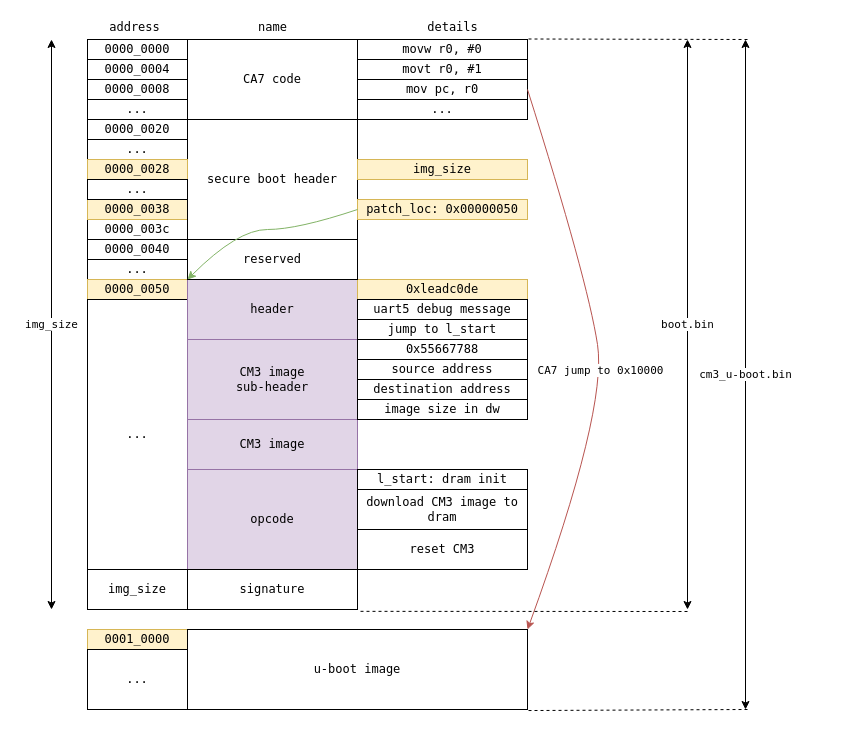
The draw.io diagram doc/ast2605_cm3boot.drawio in AspeedTech-BMC/rom-patcher, before the edit. Source tidied: cells renumbered, new cells numbered last; positions are measured from the earlier drawing's top-left corner, leaving out a move shared by most shapes. Both pictures are drawn from the tidied source at 100%, with x=0, y=0 at pixel (51, 17).
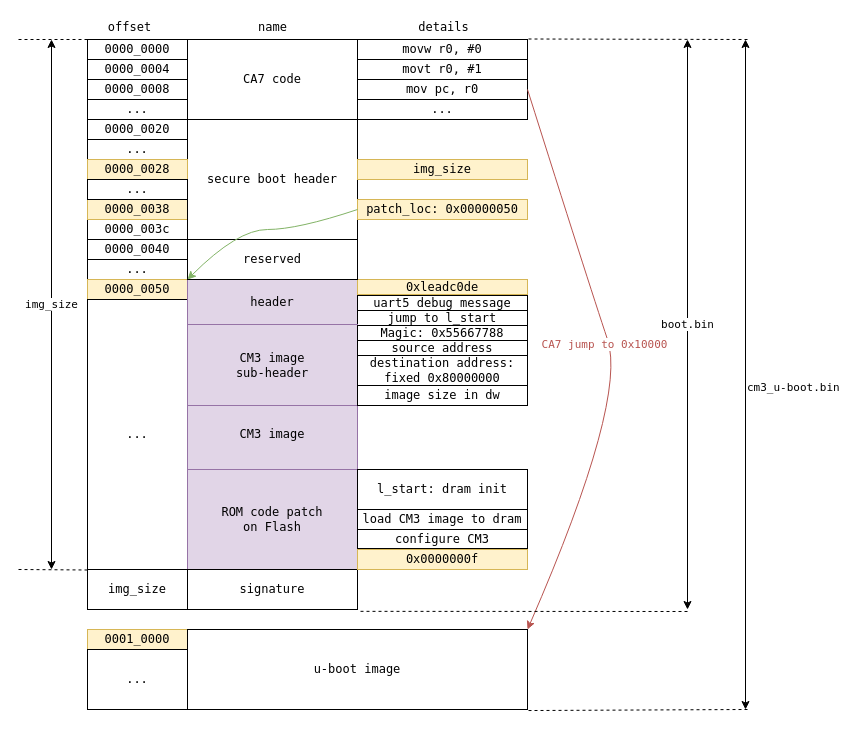
Above is the later version.

Commit message:
update the SPI Flash diagram

Unchanged cells that the change refers to:
```xml
<mxCell id="7" value="mov pc, r0" style="rounded=0;whiteSpace=wrap;html=1;fontFamily=Lucida Console;" parent="1" vertex="1">
  <mxGeometry x="306" y="62" width="170" height="20" as="geometry" />
</mxCell>
<mxCell id="36" value="u-boot image" style="rounded=0;whiteSpace=wrap;html=1;fontFamily=Lucida Console;" parent="1" vertex="1">
  <mxGeometry x="136" y="612" width="340" height="80" as="geometry" />
</mxCell>
```

What changed in the source:
```diff
@@
     <mxCell id="18" value="header" style="rounded=0;whiteSpace=wrap;html=1;fontFamily=Lucida Console;fillColor=#e1d5e7;strokeColor=#9673a6;" parent="1" vertex="1">
-      <mxGeometry x="136" y="262" width="170" height="60" as="geometry" />
+      <mxGeometry x="136" y="262" width="170" height="45" as="geometry" />
     </mxCell>
     <mxCell id="19" value="0xleadc0de" style="rounded=0;whiteSpace=wrap;html=1;fontFamily=Lucida Console;fillColor=#fff2cc;strokeColor=#d6b656;" parent="1" vertex="1">
-      <mxGeometry x="306" y="262" width="170" height="20" as="geometry" />
+      <mxGeometry x="306" y="262" width="170" height="15" as="geometry" />
     </mxCell>
@@
     <mxCell id="23" value="uart5 debug message" style="rounded=0;whiteSpace=wrap;html=1;fontFamily=Lucida Console;" parent="1" vertex="1">
-      <mxGeometry x="306" y="282" width="170" height="20" as="geometry" />
+      <mxGeometry x="306" y="278" width="170" height="15" as="geometry" />
     </mxCell>
     <mxCell id="24" value="jump to l_start" style="rounded=0;whiteSpace=wrap;html=1;fontFamily=Lucida Console;" parent="1" vertex="1">
-      <mxGeometry x="306" y="302" width="170" height="20" as="geometry" />
+      <mxGeometry x="306" y="293" width="170" height="15" as="geometry" />
     </mxCell>
     <mxCell id="25" value="CM3 image" style="rounded=0;whiteSpace=wrap;html=1;fontFamily=Lucida Console;fillColor=#e1d5e7;strokeColor=#9673a6;" parent="1" vertex="1">
-      <mxGeometry x="136" y="402" width="170" height="50" as="geometry" />
+      <mxGeometry x="136" y="382" width="170" height="70" as="geometry" />
     </mxCell>
-    <mxCell id="26" value="opcode" style="rounded=0;whiteSpace=wrap;html=1;fontFamily=Lucida Console;fillColor=#e1d5e7;strokeColor=#9673a6;" parent="1" vertex="1">
+    <mxCell id="26" value="ROM code patch&lt;br&gt;on Flash" style="rounded=0;whiteSpace=wrap;html=1;fontFamily=Lucida Console;fillColor=#e1d5e7;strokeColor=#9673a6;" parent="1" vertex="1">
       <mxGeometry x="136" y="452" width="170" height="100" as="geometry" />
     </mxCell>
     <mxCell id="27" value="l_start: dram init" style="rounded=0;whiteSpace=wrap;html=1;fontFamily=Lucida Console;" parent="1" vertex="1">
-      <mxGeometry x="306" y="452" width="170" height="20" as="geometry" />
+      <mxGeometry x="306" y="452" width="170" height="40" as="geometry" />
     </mxCell>
-    <mxCell id="28" value="download CM3 image to dram" style="rounded=0;whiteSpace=wrap;html=1;fontFamily=Lucida Console;" parent="1" vertex="1">
-      <mxGeometry x="306" y="472" width="170" height="40" as="geometry" />
+    <mxCell id="28" value="load CM3 image to dram" style="rounded=0;whiteSpace=wrap;html=1;fontFamily=Lucida Console;" parent="1" vertex="1">
+      <mxGeometry x="306" y="492" width="170" height="20" as="geometry" />
     </mxCell>
-    <mxCell id="29" value="reset CM3" style="rounded=0;whiteSpace=wrap;html=1;fontFamily=Lucida Console;" parent="1" vertex="1">
-      <mxGeometry x="306" y="512" width="170" height="40" as="geometry" />
+    <mxCell id="29" value="configure CM3" style="rounded=0;whiteSpace=wrap;html=1;fontFamily=Lucida Console;" parent="1" vertex="1">
+      <mxGeometry x="306" y="512" width="170" height="19" as="geometry" />
     </mxCell>
@@
-    <mxCell id="38" value="address" style="text;html=1;align=center;verticalAlign=middle;fontFamily=Lucida Console;" parent="1" vertex="1">
-      <mxGeometry x="48" width="70" height="20" as="geometry" />
+    <mxCell id="38" value="offset" style="text;html=1;align=center;verticalAlign=middle;fontFamily=Lucida Console;" parent="1" vertex="1">
+      <mxGeometry x="48" width="60" height="20" as="geometry" />
     </mxCell>
@@
     <mxCell id="40" value="details" style="text;html=1;align=center;verticalAlign=middle;fontFamily=Lucida Console;" parent="1" vertex="1">
-      <mxGeometry x="366" width="70" height="20" as="geometry" />
+      <mxGeometry x="357" width="70" height="20" as="geometry" />
     </mxCell>
     <mxCell id="41" style="curved=1;endArrow=classic;html=1;fontFamily=Lucida Console;exitX=1;exitY=0.5;exitDx=0;exitDy=0;entryX=1;entryY=0;entryDx=0;entryDy=0;fillColor=#f8cecc;strokeColor=#b85450;" parent="1" edge="1" source="7" target="36">
       <mxGeometry relative="1" as="geometry">
         <Array as="points">
           <mxPoint x="536" y="262" />
-          <mxPoint x="556" y="392" />
+          <mxPoint x="576" y="382" />
         </Array>
       </mxGeometry>
     </mxCell>
-    <mxCell id="42" value="CA7 jump to 0x10000" style="edgeLabel;html=1;align=center;verticalAlign=middle;fontFamily=Lucida Console;" parent="41" vertex="1">
-      <mxGeometry x="0.03" y="-1" relative="1" as="geometry" />
+    <mxCell id="42" value="CA7 jump to 0x10000" style="edgeLabel;html=1;align=center;verticalAlign=middle;fontFamily=Lucida Console;fontColor=#B85450;labelPosition=center;verticalLabelPosition=middle;rotation=0;direction=south;" parent="41" vertex="1">
+      <mxGeometry x="0.03" y="-1" relative="1" as="geometry">
+        <mxPoint x="-13" y="-29" as="offset" />
+      </mxGeometry>
     </mxCell>
@@
     <mxCell id="45" value="img_size" style="endArrow=classic;startArrow=classic;html=1;fontFamily=Lucida Console;" parent="1" edge="1">
       <mxGeometry relative="1" as="geometry">
-        <mxPoint y="592" as="sourcePoint" />
+        <mxPoint y="552" as="sourcePoint" />
         <mxPoint y="22" as="targetPoint" />
       </mxGeometry>
     </mxCell>
     <mxCell id="46" value="CM3 image&lt;br&gt;sub-header" style="rounded=0;whiteSpace=wrap;html=1;fontFamily=Lucida Console;fillColor=#e1d5e7;strokeColor=#9673a6;" parent="1" vertex="1">
-      <mxGeometry x="136" y="322" width="170" height="80" as="geometry" />
+      <mxGeometry x="136" y="307" width="170" height="81" as="geometry" />
     </mxCell>
-    <mxCell id="47" value="0x55667788" style="rounded=0;whiteSpace=wrap;html=1;fontFamily=Lucida Console;" parent="1" vertex="1">
-      <mxGeometry x="306" y="322" width="170" height="20" as="geometry" />
+    <mxCell id="47" value="Magic: 0x55667788" style="rounded=0;whiteSpace=wrap;html=1;fontFamily=Lucida Console;" parent="1" vertex="1">
+      <mxGeometry x="306" y="308" width="170" height="15" as="geometry" />
     </mxCell>
     <mxCell id="48" value="source address" style="rounded=0;whiteSpace=wrap;html=1;fontFamily=Lucida Console;" parent="1" vertex="1">
-      <mxGeometry x="306" y="342" width="170" height="20" as="geometry" />
+      <mxGeometry x="306" y="323" width="170" height="15" as="geometry" />
     </mxCell>
-    <mxCell id="49" value="destination address" style="rounded=0;whiteSpace=wrap;html=1;fontFamily=Lucida Console;" parent="1" vertex="1">
-      <mxGeometry x="306" y="362" width="170" height="20" as="geometry" />
+    <mxCell id="49" value="destination address: fixed 0x80000000" style="rounded=0;whiteSpace=wrap;html=1;fontFamily=Lucida Console;" parent="1" vertex="1">
+      <mxGeometry x="306" y="338" width="170" height="30" as="geometry" />
     </mxCell>
     <mxCell id="50" value="image size in dw" style="rounded=0;whiteSpace=wrap;html=1;fontFamily=Lucida Console;" parent="1" vertex="1">
-      <mxGeometry x="306" y="382" width="170" height="20" as="geometry" />
+      <mxGeometry x="306" y="368" width="170" height="20" as="geometry" />
     </mxCell>
@@
-    <mxCell id="52" value="cm3_u-boot.bin" style="endArrow=classic;startArrow=classic;html=1;fontFamily=Lucida Console;" parent="1" edge="1">
+    <mxCell id="52" value="cm3_u-boot.bin" style="endArrow=classic;startArrow=classic;html=1;fontFamily=Lucida Console;labelPosition=right;verticalLabelPosition=bottom;align=left;verticalAlign=top;" parent="1" edge="1">
       <mxGeometry relative="1" as="geometry">
         <mxPoint x="694" y="692" as="sourcePoint" />
         <mxPoint x="694" y="22" as="targetPoint" />
       </mxGeometry>
     </mxCell>
@@
+    <mxCell id="56" style="endArrow=none;dashed=1;html=1;" parent="1" edge="1">
+      <mxGeometry relative="1" as="geometry">
+        <mxPoint x="36" y="22" as="sourcePoint" />
+        <mxPoint x="-34" y="22" as="targetPoint" />
+      </mxGeometry>
+    </mxCell>
+    <mxCell id="57" style="endArrow=none;dashed=1;html=1;" parent="1" edge="1">
+      <mxGeometry relative="1" as="geometry">
+        <mxPoint x="36" y="552.5" as="sourcePoint" />
+        <mxPoint x="-34" y="552" as="targetPoint" />
+      </mxGeometry>
+    </mxCell>
+    <mxCell id="58" value="0x0000000f" style="rounded=0;whiteSpace=wrap;html=1;fontFamily=Lucida Console;fillColor=#fff2cc;strokeColor=#d6b656;" parent="1" vertex="1">
+      <mxGeometry x="306" y="532" width="170" height="20" as="geometry" />
+    </mxCell>
```
